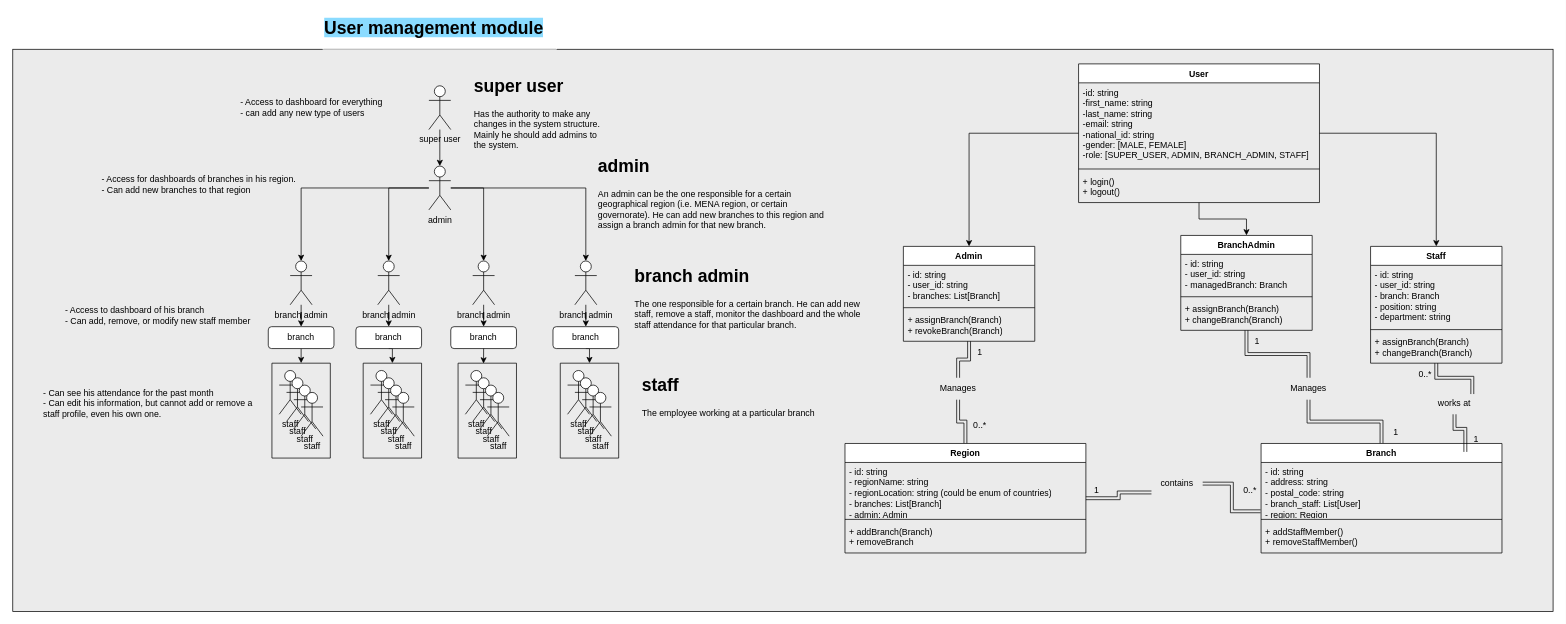
The draw.io diagram .drawio in NourEldeenM/surveillance-system, before the edit. Source tidied: cells renumbered, new cells numbered last; positions are measured from the earlier drawing's top-left corner, leaving out a move shared by most shapes. Both pictures are drawn from the tidied source at 73%, with x=0, y=0 at pixel (12, 12).
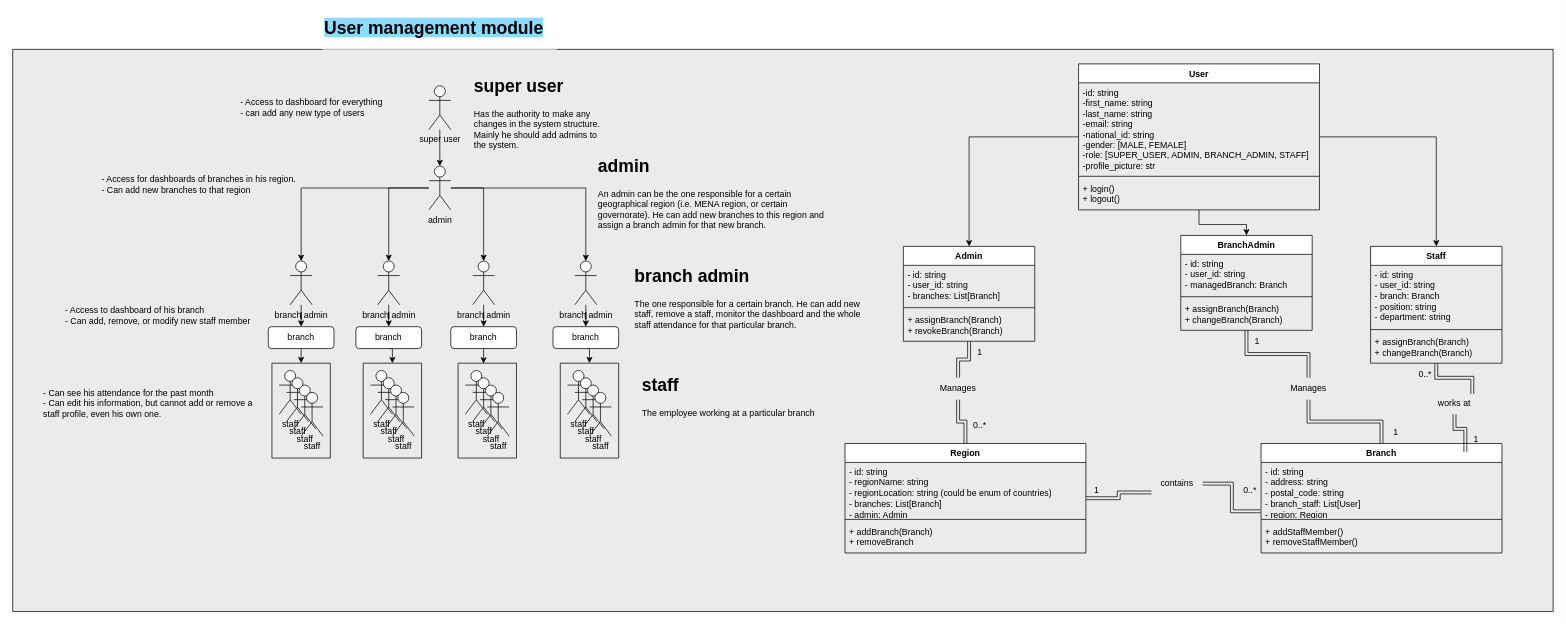
Above is the later version.

What changed in the source:
```diff
@@
     <mxCell id="61" value="User" style="swimlane;fontStyle=1;align=center;verticalAlign=top;horizontal=1;startSize=26;whiteSpace=wrap;html=1;" parent="1" vertex="1">
-      <mxGeometry x="1460" y="70" width="330" height="190" as="geometry" />
+      <mxGeometry x="1460" y="70" width="330" height="200" as="geometry" />
     </mxCell>
-    <mxCell id="62" value="-id: string&lt;div&gt;-first_name: string&lt;/div&gt;&lt;div&gt;-last_name: string&lt;/div&gt;&lt;div&gt;-email: string&lt;/div&gt;&lt;div&gt;-national_id: string&lt;/div&gt;&lt;div&gt;-gender: [MALE, FEMALE]&lt;/div&gt;&lt;div&gt;-role: [SUPER_USER, ADMIN, BRANCH_ADMIN, STAFF]&lt;/div&gt;" style="text;strokeColor=none;fillColor=none;align=left;verticalAlign=top;spacingLeft=4;spacingRight=4;overflow=hidden;whiteSpace=wrap;html=1;" parent="61" vertex="1">
-      <mxGeometry y="26" width="330" height="114" as="geometry" />
+    <mxCell id="62" value="-id: string&lt;div&gt;-first_name: string&lt;/div&gt;&lt;div&gt;-last_name: string&lt;/div&gt;&lt;div&gt;-email: string&lt;/div&gt;&lt;div&gt;-national_id: string&lt;/div&gt;&lt;div&gt;-gender: [MALE, FEMALE]&lt;/div&gt;&lt;div&gt;-role: [SUPER_USER, ADMIN, BRANCH_ADMIN, STAFF]&lt;/div&gt;&lt;div&gt;-profile_picture: str&lt;/div&gt;" style="text;strokeColor=none;fillColor=none;align=left;verticalAlign=top;spacingLeft=4;spacingRight=4;overflow=hidden;whiteSpace=wrap;html=1;" parent="61" vertex="1">
+      <mxGeometry y="26" width="330" height="124" as="geometry" />
     </mxCell>
     <mxCell id="63" style="line;strokeWidth=1;fillColor=none;align=left;verticalAlign=middle;spacingTop=-1;spacingLeft=3;spacingRight=3;labelPosition=right;strokeColor=inherit;" parent="61" vertex="1">
-      <mxGeometry y="140" width="330" height="8" as="geometry" />
+      <mxGeometry y="150" width="330" height="8" as="geometry" />
     </mxCell>
     <mxCell id="64" value="+ login()&lt;div&gt;+ logout()&lt;/div&gt;" style="text;strokeColor=none;fillColor=none;align=left;verticalAlign=top;spacingLeft=4;spacingRight=4;overflow=hidden;whiteSpace=wrap;html=1;" parent="61" vertex="1">
-      <mxGeometry y="148" width="330" height="42" as="geometry" />
+      <mxGeometry y="158" width="330" height="42" as="geometry" />
     </mxCell>
```
